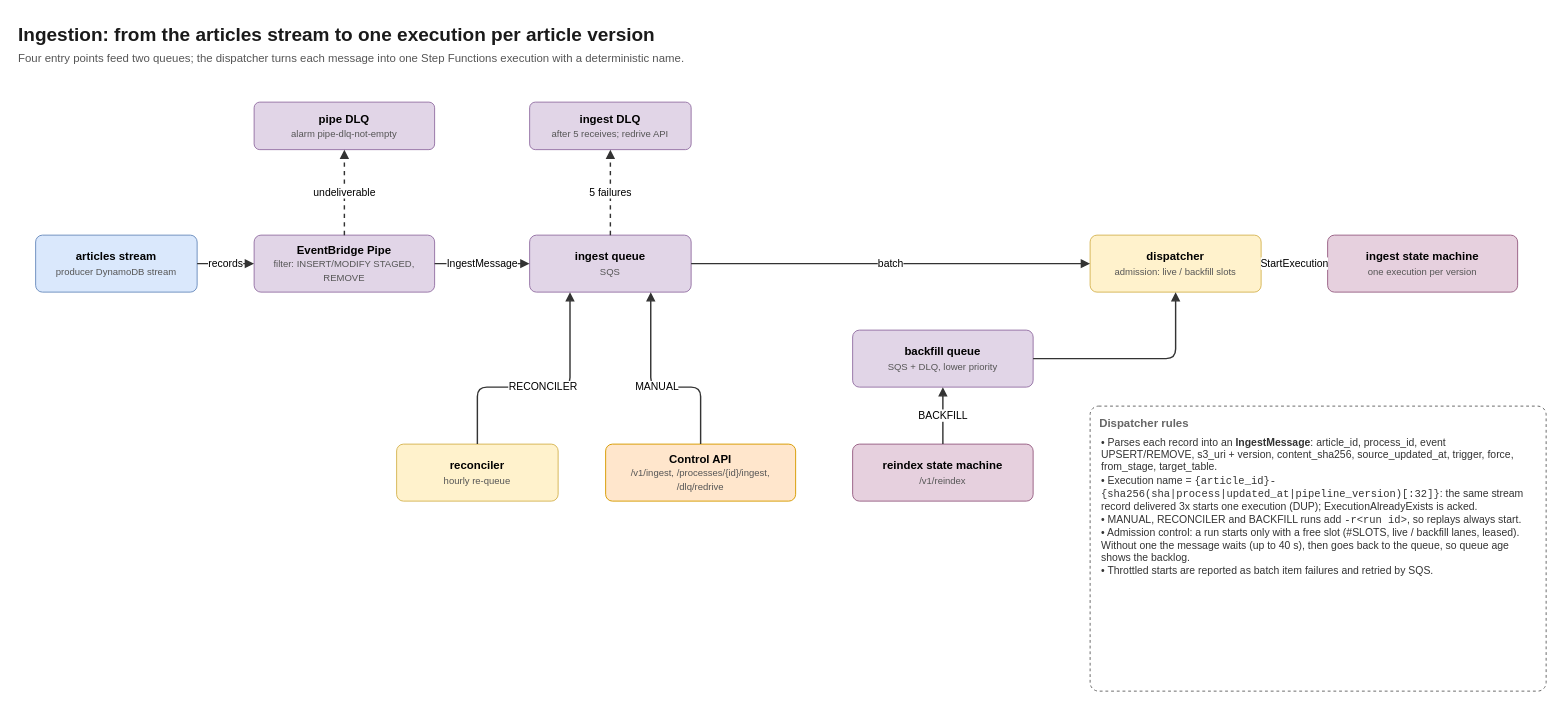
Above: page "3. Ingestion trigger and dispatch" (3 of 10) of docs/diagrams/entingestion.drawio in naya-tech-team/entingestion (draw.io), before the change. Source tidied: cells renumbered, new cells numbered last; positions are measured from the earlier drawing's top-left corner, leaving out a move shared by most shapes. Both pictures are drawn from the tidied source at 95%, with x=0, y=0 at pixel (16, 16).
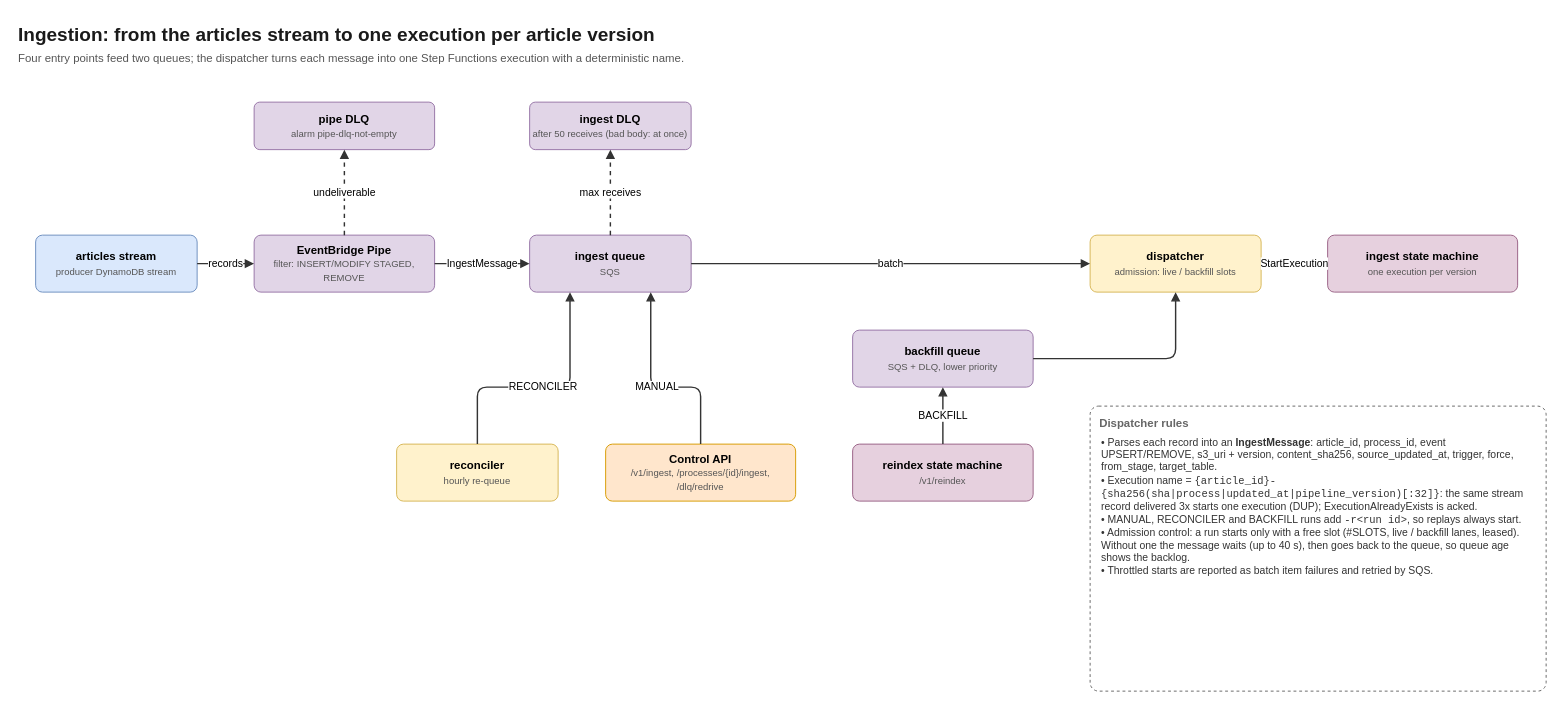
Above is the later version.

Unchanged cells that the change refers to:
```xml
<mxCell id="7" value="&lt;b&gt;ingest queue&lt;/b&gt;&lt;br&gt;&lt;font style='font-size:10px' color='#555555'&gt;SQS&lt;/font&gt;" style="rounded=1;arcSize=12;whiteSpace=wrap;html=1;fillColor=#e1d5e7;strokeColor=#9673a6;fontFamily=Helvetica;fontSize=12;" parent="1" vertex="1">
  <mxGeometry x="540" y="230" width="170" height="60" as="geometry" />
</mxCell>
```

Change to the diagram source:
```diff
@@
-    <mxCell id="8" value="&lt;b&gt;ingest DLQ&lt;/b&gt;&lt;br&gt;&lt;font style='font-size:10px' color='#555555'&gt;after 5 receives; redrive API&lt;/font&gt;" style="rounded=1;arcSize=12;whiteSpace=wrap;html=1;fillColor=#e1d5e7;strokeColor=#9673a6;fontFamily=Helvetica;fontSize=12;" parent="1" vertex="1">
+    <mxCell id="8" value="&lt;b&gt;ingest DLQ&lt;/b&gt;&lt;br&gt;&lt;font style='font-size:10px' color='#555555'&gt;after 50 receives (bad body: at once)&lt;/font&gt;" style="rounded=1;arcSize=12;whiteSpace=wrap;html=1;fillColor=#e1d5e7;strokeColor=#9673a6;fontFamily=Helvetica;fontSize=12;" parent="1" vertex="1">
       <mxGeometry x="540" y="90" width="170" height="50" as="geometry" />
     </mxCell>
@@
-    <mxCell id="18" value="5 failures" style="edgeStyle=orthogonalEdgeStyle;rounded=1;html=1;endArrow=block;endFill=1;strokeColor=#333333;strokeWidth=1.5;fontSize=11;labelBackgroundColor=#ffffff;dashed=1;" parent="1" edge="1" source="7" target="8">
+    <mxCell id="18" value="max receives" style="edgeStyle=orthogonalEdgeStyle;rounded=1;html=1;endArrow=block;endFill=1;strokeColor=#333333;strokeWidth=1.5;fontSize=11;labelBackgroundColor=#ffffff;dashed=1;" parent="1" edge="1" source="7" target="8">
       <mxGeometry relative="1" as="geometry" />
     </mxCell>
```
